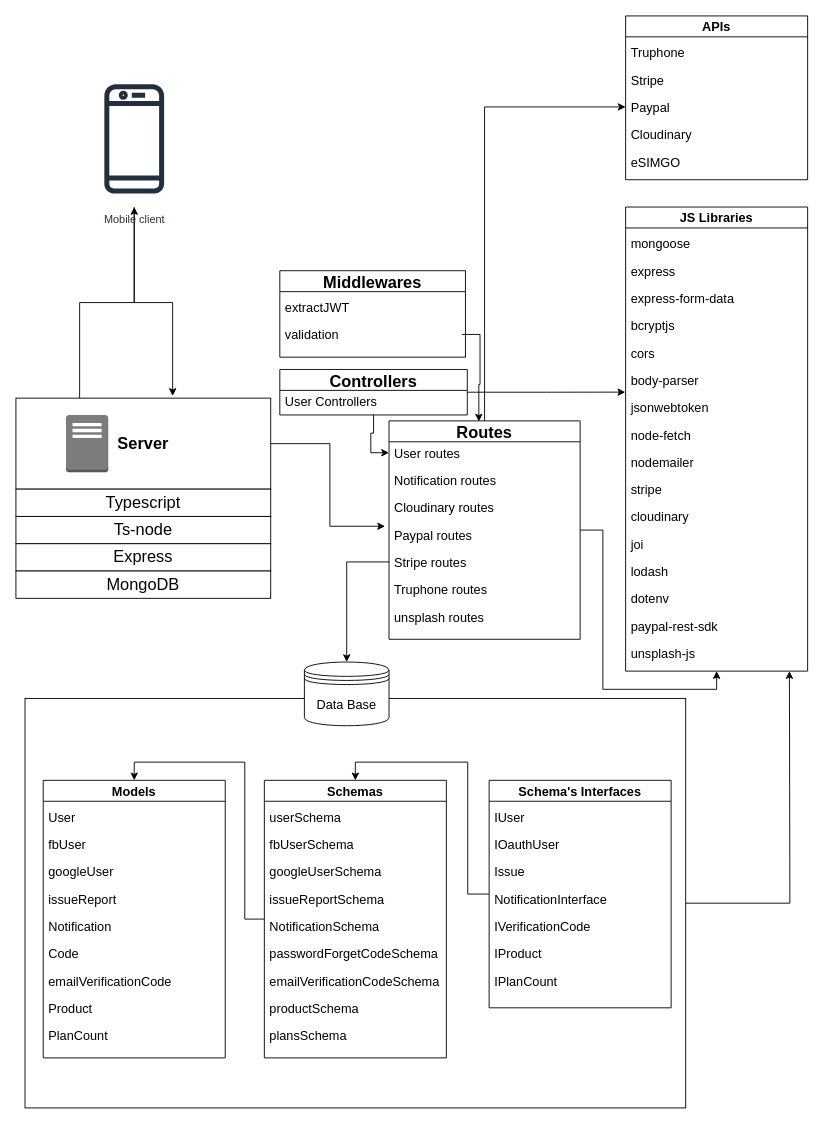
This is Untitled Diagram.drawio from imqilqane/memes, a draw.io file, before an edit. Source tidied: cells renumbered, new cells numbered last; positions are measured from the earlier drawing's top-left corner, leaving out a move shared by most shapes. Both pictures are drawn from the tidied source at 91%, with x=0, y=0 at pixel (15, 15).
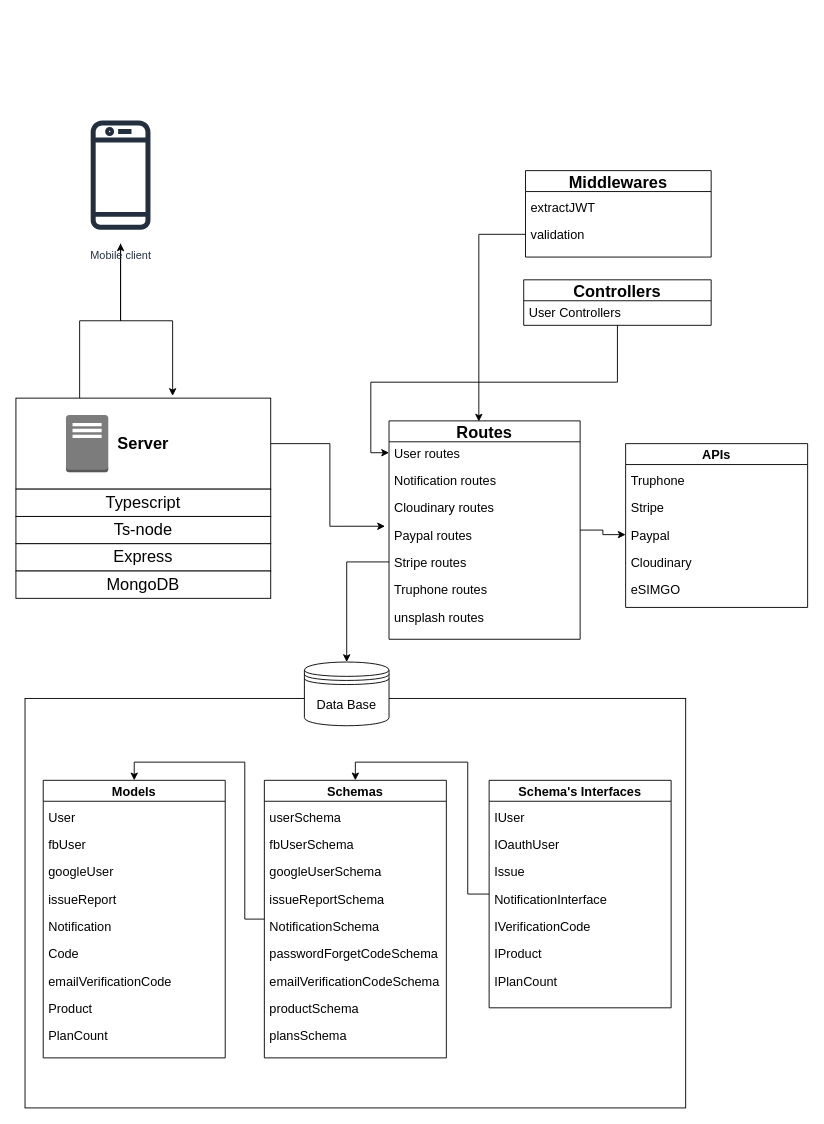
The same diagram, later.

Unchanged cells that the change refers to:
```xml
<mxCell id="3" style="rounded=0;whiteSpace=wrap;html=1;fontSize=14;" parent="1" vertex="1">
  <mxGeometry x="10" y="750" width="726" height="450" as="geometry" />
</mxCell>
<mxCell id="41" value="Routes" style="swimlane;fontSize=18;" parent="1" vertex="1">
  <mxGeometry x="410" y="445" width="210" height="240" as="geometry" />
</mxCell>
```

What changed in the source:
```diff
@@
-    <mxCell id="2" style="edgeStyle=orthogonalEdgeStyle;rounded=0;jettySize=auto;html=1;fontSize=18;" parent="1" edge="1" source="3">
-      <mxGeometry relative="1" as="geometry">
-        <mxPoint x="850" y="720" as="targetPoint" />
-      </mxGeometry>
-    </mxCell>
@@
-    <mxCell id="39" style="edgeStyle=orthogonalEdgeStyle;rounded=0;jettySize=auto;html=1;entryX=0.5;entryY=1;entryDx=0;entryDy=0;fontSize=18;" parent="1" edge="1" source="41" target="64">
-      <mxGeometry relative="1" as="geometry" />
-    </mxCell>
@@
     <mxCell id="49" value="Middlewares" style="swimlane;fontSize=18;" parent="1" vertex="1">
-      <mxGeometry x="290" y="280" width="204" height="95" as="geometry" />
+      <mxGeometry x="560" y="170" width="204" height="95" as="geometry" />
     </mxCell>
@@
-    <mxCell id="54" style="edgeStyle=orthogonalEdgeStyle;rounded=0;jettySize=auto;html=1;entryX=-0.002;entryY=0.947;entryDx=0;entryDy=0;entryPerimeter=0;fontSize=18;" parent="1" edge="1" source="55" target="70">
-      <mxGeometry relative="1" as="geometry" />
-    </mxCell>
     <mxCell id="55" value="Controllers" style="swimlane;fontSize=18;" parent="1" vertex="1">
-      <mxGeometry x="290" y="388.5" width="206" height="50" as="geometry" />
+      <mxGeometry x="558" y="290" width="206" height="50" as="geometry" />
     </mxCell>
@@
     <mxCell id="58" value="Mobile client" style="sketch=0;outlineConnect=0;fontColor=#232F3E;gradientColor=none;strokeColor=#232F3E;fillColor=#ffffff;dashed=0;verticalLabelPosition=bottom;verticalAlign=top;align=center;html=1;fontSize=12;fontStyle=0;shape=mxgraph.aws4.resourceIcon;resIcon=mxgraph.aws4.mobile_client;" parent="1" vertex="1">
-      <mxGeometry x="55" y="60" width="150" height="150" as="geometry" />
+      <mxGeometry x="40" y="100" width="150" height="150" as="geometry" />
     </mxCell>
@@
-    <mxCell id="64" value="JS Libraries" style="swimlane;fontSize=14;" parent="1" vertex="1">
-      <mxGeometry x="670" y="210" width="200" height="510" as="geometry" />
-    </mxCell>
-    <mxCell id="65" value="jsonwebtoken" style="text;strokeColor=none;fillColor=none;align=left;verticalAlign=middle;spacingLeft=4;spacingRight=4;overflow=hidden;fontSize=14;" parent="64" vertex="1">
-      <mxGeometry y="205" width="200" height="30" as="geometry" />
-    </mxCell>
-    <mxCell id="66" value="express" style="text;strokeColor=none;fillColor=none;align=left;verticalAlign=middle;spacingLeft=4;spacingRight=4;overflow=hidden;fontSize=14;" parent="64" vertex="1">
-      <mxGeometry y="55" width="200" height="30" as="geometry" />
-    </mxCell>
-    <mxCell id="67" value="express-form-data" style="text;strokeColor=none;fillColor=none;align=left;verticalAlign=middle;spacingLeft=4;spacingRight=4;overflow=hidden;fontSize=14;" parent="64" vertex="1">
-      <mxGeometry y="85" width="200" height="30" as="geometry" />
-    </mxCell>
-    <mxCell id="68" value="bcryptjs" style="text;strokeColor=none;fillColor=none;align=left;verticalAlign=middle;spacingLeft=4;spacingRight=4;overflow=hidden;fontSize=14;" parent="64" vertex="1">
-      <mxGeometry y="115" width="200" height="30" as="geometry" />
-    </mxCell>
-    <mxCell id="69" value="cors" style="text;strokeColor=none;fillColor=none;align=left;verticalAlign=middle;spacingLeft=4;spacingRight=4;overflow=hidden;fontSize=14;" parent="64" vertex="1">
-      <mxGeometry y="145" width="200" height="30" as="geometry" />
-    </mxCell>
-    <mxCell id="70" value="body-parser" style="text;strokeColor=none;fillColor=none;align=left;verticalAlign=middle;spacingLeft=4;spacingRight=4;overflow=hidden;points=[[0,0.5],[1,0.5]];portConstraint=eastwest;fontSize=14;" parent="64" vertex="1">
-      <mxGeometry y="175" width="200" height="30" as="geometry" />
-    </mxCell>
-    <mxCell id="71" value="node-fetch" style="text;strokeColor=none;fillColor=none;align=left;verticalAlign=middle;spacingLeft=4;spacingRight=4;overflow=hidden;fontSize=14;" parent="64" vertex="1">
-      <mxGeometry y="235" width="200" height="30" as="geometry" />
-    </mxCell>
-    <mxCell id="72" value="mongoose" style="text;strokeColor=none;fillColor=none;align=left;verticalAlign=middle;spacingLeft=4;spacingRight=4;overflow=hidden;fontSize=14;" parent="64" vertex="1">
-      <mxGeometry y="25" width="200" height="30" as="geometry" />
-    </mxCell>
-    <mxCell id="73" value="nodemailer" style="text;strokeColor=none;fillColor=none;align=left;verticalAlign=middle;spacingLeft=4;spacingRight=4;overflow=hidden;fontSize=14;" parent="64" vertex="1">
-      <mxGeometry y="265" width="200" height="30" as="geometry" />
-    </mxCell>
-    <mxCell id="74" value="stripe" style="text;strokeColor=none;fillColor=none;align=left;verticalAlign=middle;spacingLeft=4;spacingRight=4;overflow=hidden;fontSize=14;" parent="64" vertex="1">
-      <mxGeometry y="295" width="200" height="30" as="geometry" />
-    </mxCell>
-    <mxCell id="75" value="cloudinary" style="text;strokeColor=none;fillColor=none;align=left;verticalAlign=middle;spacingLeft=4;spacingRight=4;overflow=hidden;fontSize=14;" parent="64" vertex="1">
-      <mxGeometry y="325" width="200" height="30" as="geometry" />
-    </mxCell>
-    <mxCell id="76" value="joi" style="text;strokeColor=none;fillColor=none;align=left;verticalAlign=middle;spacingLeft=4;spacingRight=4;overflow=hidden;fontSize=14;" parent="64" vertex="1">
-      <mxGeometry y="355" width="200" height="30" as="geometry" />
-    </mxCell>
-    <mxCell id="77" value="lodash" style="text;strokeColor=none;fillColor=none;align=left;verticalAlign=middle;spacingLeft=4;spacingRight=4;overflow=hidden;fontSize=14;" parent="64" vertex="1">
-      <mxGeometry y="385" width="200" height="30" as="geometry" />
-    </mxCell>
-    <mxCell id="78" value="dotenv" style="text;strokeColor=none;fillColor=none;align=left;verticalAlign=middle;spacingLeft=4;spacingRight=4;overflow=hidden;fontSize=14;" parent="64" vertex="1">
-      <mxGeometry y="415" width="200" height="30" as="geometry" />
-    </mxCell>
-    <mxCell id="79" value="paypal-rest-sdk" style="text;strokeColor=none;fillColor=none;align=left;verticalAlign=middle;spacingLeft=4;spacingRight=4;overflow=hidden;fontSize=14;" parent="64" vertex="1">
-      <mxGeometry y="445" width="200" height="30" as="geometry" />
-    </mxCell>
-    <mxCell id="80" value="unsplash-js" style="text;strokeColor=none;fillColor=none;align=left;verticalAlign=middle;spacingLeft=4;spacingRight=4;overflow=hidden;fontSize=14;" parent="64" vertex="1">
-      <mxGeometry y="475" width="200" height="30" as="geometry" />
-    </mxCell>
     <mxCell id="81" value="APIs" style="swimlane;fontSize=14;" parent="1" vertex="1">
-      <mxGeometry x="670" width="200" height="180" as="geometry" />
+      <mxGeometry x="670" y="470" width="200" height="180" as="geometry" />
     </mxCell>
```
